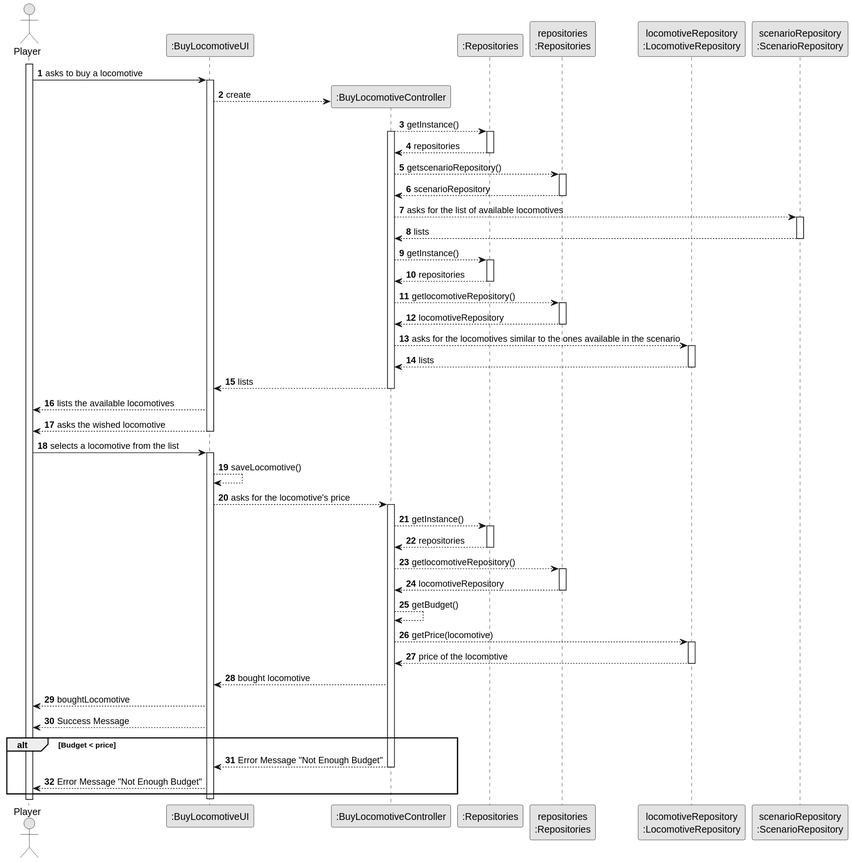
The PlantUML diagram docs/system-documentation/US009/03.design/svg/US009-SD.svg in goncalolopesp/sem2-pi-24.25-g093-repo, before a commit. Source of this version:
```plantuml
@startuml
skinparam monochrome true
skinparam packageStyle rectangle
skinparam shadowing false

autonumber

actor "Player" as Employee
participant ":BuyLocomotiveUI" as BuyLocomotiveUI

activate Employee

Employee -> BuyLocomotiveUI : asks to buy a locomotive
activate BuyLocomotiveUI

create ":BuyLocomotiveController" as BuyLocomotiveController

BuyLocomotiveUI --> BuyLocomotiveController : create




participant ":Repositories" as Repositories
participant "repositories\n:Repositories" as Repo
participant "locomotiveRepository\n:LocomotiveRepository" as locomotiveRepository
participant "scenarioRepository\n:ScenarioRepository" as scenarioRepository

BuyLocomotiveController --> Repositories : getInstance()
activate BuyLocomotiveController
activate Repositories

Repositories --> BuyLocomotiveController : repositories

deactivate Repositories

BuyLocomotiveController --> Repo : getscenarioRepository()
activate Repo

Repo --> BuyLocomotiveController : scenarioRepository
deactivate Repo


BuyLocomotiveController --> scenarioRepository : asks for the list of available locomotives
activate scenarioRepository
scenarioRepository --> BuyLocomotiveController : lists
deactivate scenarioRepository

BuyLocomotiveController --> Repositories : getInstance()
activate Repositories
Repositories --> BuyLocomotiveController : repositories
deactivate Repositories

BuyLocomotiveController --> Repo : getlocomotiveRepository()
activate Repo
Repo --> BuyLocomotiveController : locomotiveRepository
deactivate Repo

BuyLocomotiveController --> locomotiveRepository : asks for the locomotives similar to the ones available in the scenario
activate locomotiveRepository
locomotiveRepository --> BuyLocomotiveController : lists
deactivate locomotiveRepository

BuyLocomotiveController --> BuyLocomotiveUI : lists

deactivate BuyLocomotiveController

BuyLocomotiveUI --> Employee : lists the available locomotives
BuyLocomotiveUI --> Employee : asks the wished locomotive
deactivate BuyLocomotiveUI

Employee -> BuyLocomotiveUI : selects a locomotive from the list

activate BuyLocomotiveUI

BuyLocomotiveUI --> BuyLocomotiveUI : saveLocomotive()

BuyLocomotiveUI --> BuyLocomotiveController : asks for the locomotive's price
activate BuyLocomotiveController

BuyLocomotiveController --> Repositories : getInstance()
activate Repositories
Repositories --> BuyLocomotiveController : repositories
deactivate Repositories

BuyLocomotiveController --> Repo : getlocomotiveRepository()
activate Repo
Repo --> BuyLocomotiveController : locomotiveRepository
deactivate Repo

BuyLocomotiveController --> BuyLocomotiveController : getBudget()

BuyLocomotiveController --> locomotiveRepository : getPrice(locomotive)
activate locomotiveRepository
locomotiveRepository --> BuyLocomotiveController : price of the locomotive
deactivate locomotiveRepository

BuyLocomotiveController --> BuyLocomotiveUI : bought locomotive

BuyLocomotiveUI --> Employee : boughtLocomotive
BuyLocomotiveUI --> Employee : Success Message

alt Budget < price
    BuyLocomotiveController --> BuyLocomotiveUI : Error Message "Not Enough Budget"
    deactivate BuyLocomotiveController
    BuyLocomotiveUI --> Employee : Error Message "Not Enough Budget"
end

deactivate BuyLocomotiveUI
@enduml
```
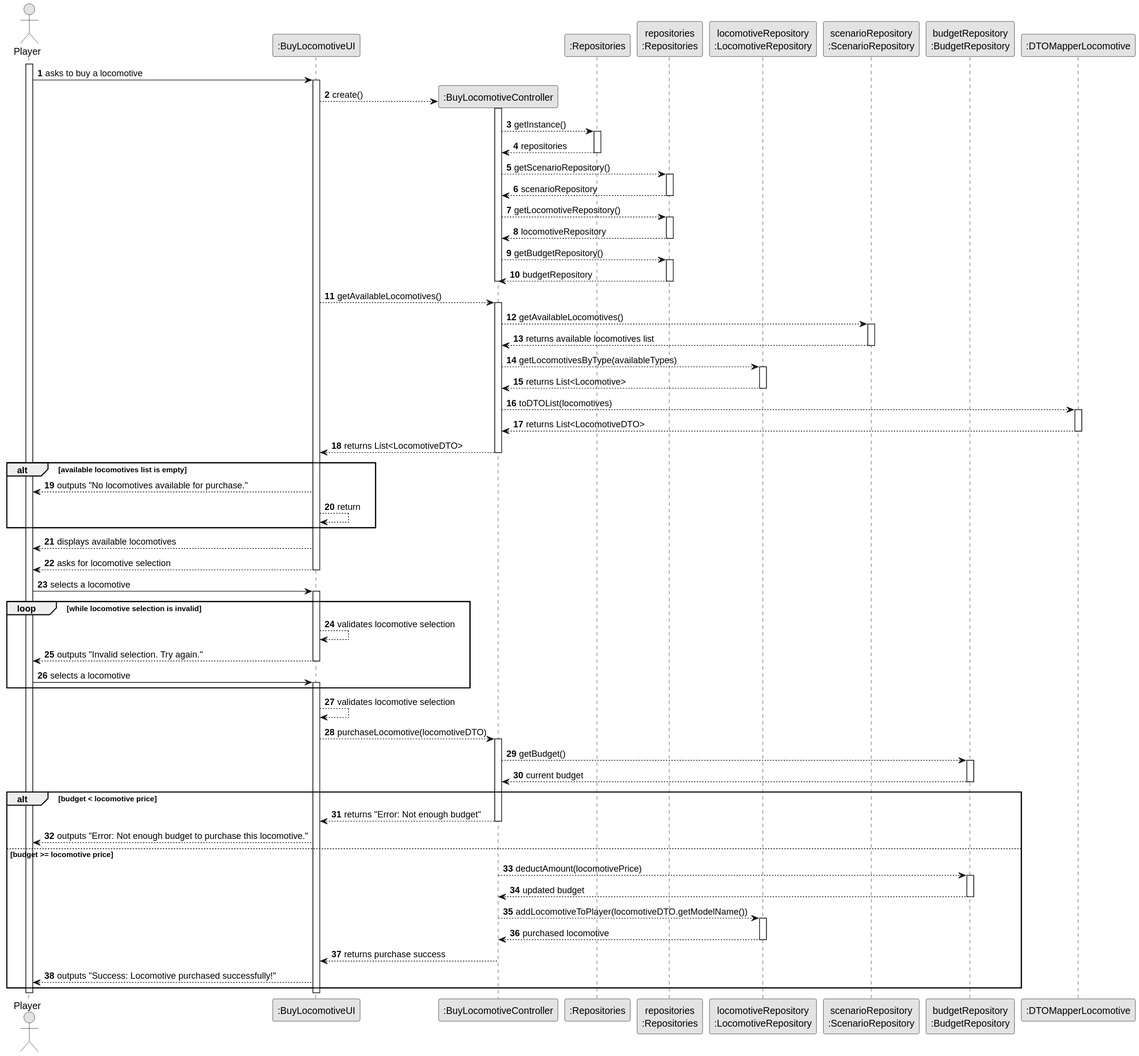
Later version of the same file.

The edit, as a diff of the source:
```diff
@@ -5,105 +5,131 @@
 
 autonumber
 
-actor "Player" as Employee
+actor "Player" as Player
 participant ":BuyLocomotiveUI" as BuyLocomotiveUI
 
-activate Employee
+activate Player
 
-Employee -> BuyLocomotiveUI : asks to buy a locomotive
+Player -> BuyLocomotiveUI : asks to buy a locomotive
 activate BuyLocomotiveUI
 
 create ":BuyLocomotiveController" as BuyLocomotiveController
 
-BuyLocomotiveUI --> BuyLocomotiveController : create
+participant ":Repositories" as Repositories
+participant "repositories\n:Repositories" as repo
+participant "locomotiveRepository\n:LocomotiveRepository" as lrepo
+participant "scenarioRepository\n:ScenarioRepository" as srepo
+participant "budgetRepository\n:BudgetRepository" as brepo
+participant ":DTOMapperLocomotive" as DTOMapper
 
-
-
-
-participant ":Repositories" as Repositories
-participant "repositories\n:Repositories" as Repo
-participant "locomotiveRepository\n:LocomotiveRepository" as locomotiveRepository
-participant "scenarioRepository\n:ScenarioRepository" as scenarioRepository
-
-BuyLocomotiveController --> Repositories : getInstance()
-activate BuyLocomotiveController
-activate Repositories
-
-Repositories --> BuyLocomotiveController : repositories
-
-deactivate Repositories
-
-BuyLocomotiveController --> Repo : getscenarioRepository()
-activate Repo
-
-Repo --> BuyLocomotiveController : scenarioRepository
-deactivate Repo
-
-
-BuyLocomotiveController --> scenarioRepository : asks for the list of available locomotives
-activate scenarioRepository
-scenarioRepository --> BuyLocomotiveController : lists
-deactivate scenarioRepository
-
-BuyLocomotiveController --> Repositories : getInstance()
-activate Repositories
-Repositories --> BuyLocomotiveController : repositories
-deactivate Repositories
-
-BuyLocomotiveController --> Repo : getlocomotiveRepository()
-activate Repo
-Repo --> BuyLocomotiveController : locomotiveRepository
-deactivate Repo
-
-BuyLocomotiveController --> locomotiveRepository : asks for the locomotives similar to the ones available in the scenario
-activate locomotiveRepository
-locomotiveRepository --> BuyLocomotiveController : lists
-deactivate locomotiveRepository
-
-BuyLocomotiveController --> BuyLocomotiveUI : lists
-
-deactivate BuyLocomotiveController
-
-BuyLocomotiveUI --> Employee : lists the available locomotives
-BuyLocomotiveUI --> Employee : asks the wished locomotive
-deactivate BuyLocomotiveUI
-
-Employee -> BuyLocomotiveUI : selects a locomotive from the list
-
-activate BuyLocomotiveUI
-
-BuyLocomotiveUI --> BuyLocomotiveUI : saveLocomotive()
-
-BuyLocomotiveUI --> BuyLocomotiveController : asks for the locomotive's price
+BuyLocomotiveUI --> BuyLocomotiveController : create()
 activate BuyLocomotiveController
 
 BuyLocomotiveController --> Repositories : getInstance()
 activate Repositories
+
 Repositories --> BuyLocomotiveController : repositories
 deactivate Repositories
 
-BuyLocomotiveController --> Repo : getlocomotiveRepository()
-activate Repo
-Repo --> BuyLocomotiveController : locomotiveRepository
-deactivate Repo
+BuyLocomotiveController --> repo : getScenarioRepository()
+activate repo
 
-BuyLocomotiveController --> BuyLocomotiveController : getBudget()
+repo --> BuyLocomotiveController : scenarioRepository
+deactivate repo
 
-BuyLocomotiveController --> locomotiveRepository : getPrice(locomotive)
-activate locomotiveRepository
-locomotiveRepository --> BuyLocomotiveController : price of the locomotive
-deactivate locomotiveRepository
+BuyLocomotiveController --> repo : getLocomotiveRepository()
+activate repo
 
-BuyLocomotiveController --> BuyLocomotiveUI : bought locomotive
+repo --> BuyLocomotiveController : locomotiveRepository
+deactivate repo
 
-BuyLocomotiveUI --> Employee : boughtLocomotive
-BuyLocomotiveUI --> Employee : Success Message
+BuyLocomotiveController --> repo : getBudgetRepository()
+activate repo
 
-alt Budget < price
-    BuyLocomotiveController --> BuyLocomotiveUI : Error Message "Not Enough Budget"
+repo --> BuyLocomotiveController : budgetRepository
+deactivate repo
+
+deactivate BuyLocomotiveController
+
+BuyLocomotiveUI --> BuyLocomotiveController : getAvailableLocomotives()
+activate BuyLocomotiveController
+
+BuyLocomotiveController --> srepo : getAvailableLocomotives()
+activate srepo
+
+srepo --> BuyLocomotiveController : returns available locomotives list
+deactivate srepo
+
+BuyLocomotiveController --> lrepo : getLocomotivesByType(availableTypes)
+activate lrepo
+
+lrepo --> BuyLocomotiveController : returns List<Locomotive>
+deactivate lrepo
+
+BuyLocomotiveController --> DTOMapper : toDTOList(locomotives)
+activate DTOMapper
+
+DTOMapper --> BuyLocomotiveController : returns List<LocomotiveDTO>
+deactivate DTOMapper
+
+BuyLocomotiveController --> BuyLocomotiveUI : returns List<LocomotiveDTO>
+deactivate BuyLocomotiveController
+
+alt available locomotives list is empty
+    BuyLocomotiveUI --> Player : outputs "No locomotives available for purchase."
+    BuyLocomotiveUI --> BuyLocomotiveUI : return
+end
+
+BuyLocomotiveUI --> Player : displays available locomotives
+BuyLocomotiveUI --> Player : asks for locomotive selection
+deactivate BuyLocomotiveUI
+
+Player -> BuyLocomotiveUI : selects a locomotive
+activate BuyLocomotiveUI
+
+loop while locomotive selection is invalid
+    BuyLocomotiveUI --> BuyLocomotiveUI : validates locomotive selection
+    BuyLocomotiveUI --> Player : outputs "Invalid selection. Try again."
+    deactivate BuyLocomotiveUI
+
+    Player -> BuyLocomotiveUI : selects a locomotive
+    activate BuyLocomotiveUI
+end
+
+BuyLocomotiveUI --> BuyLocomotiveUI : validates locomotive selection
+BuyLocomotiveUI --> BuyLocomotiveController : purchaseLocomotive(locomotiveDTO)
+activate BuyLocomotiveController
+
+BuyLocomotiveController --> brepo : getBudget()
+activate brepo
+
+brepo --> BuyLocomotiveController : current budget
+deactivate brepo
+
+alt budget < locomotive price
+    BuyLocomotiveController --> BuyLocomotiveUI : returns "Error: Not enough budget"
     deactivate BuyLocomotiveController
-    BuyLocomotiveUI --> Employee : Error Message "Not Enough Budget"
+    BuyLocomotiveUI --> Player : outputs "Error: Not enough budget to purchase this locomotive."
+else budget >= locomotive price
+    BuyLocomotiveController --> brepo : deductAmount(locomotivePrice)
+    activate brepo
+
+    brepo --> BuyLocomotiveController : updated budget
+    deactivate brepo
+
+    BuyLocomotiveController --> lrepo : addLocomotiveToPlayer(locomotiveDTO.getModelName())
+    activate lrepo
+
+    lrepo --> BuyLocomotiveController : purchased locomotive
+    deactivate lrepo
+
+    BuyLocomotiveController --> BuyLocomotiveUI : returns purchase success
+    deactivate BuyLocomotiveController
+
+    BuyLocomotiveUI --> Player : outputs "Success: Locomotive purchased successfully!"
 end
 
 deactivate BuyLocomotiveUI
+
+deactivate Player
 @enduml
```
